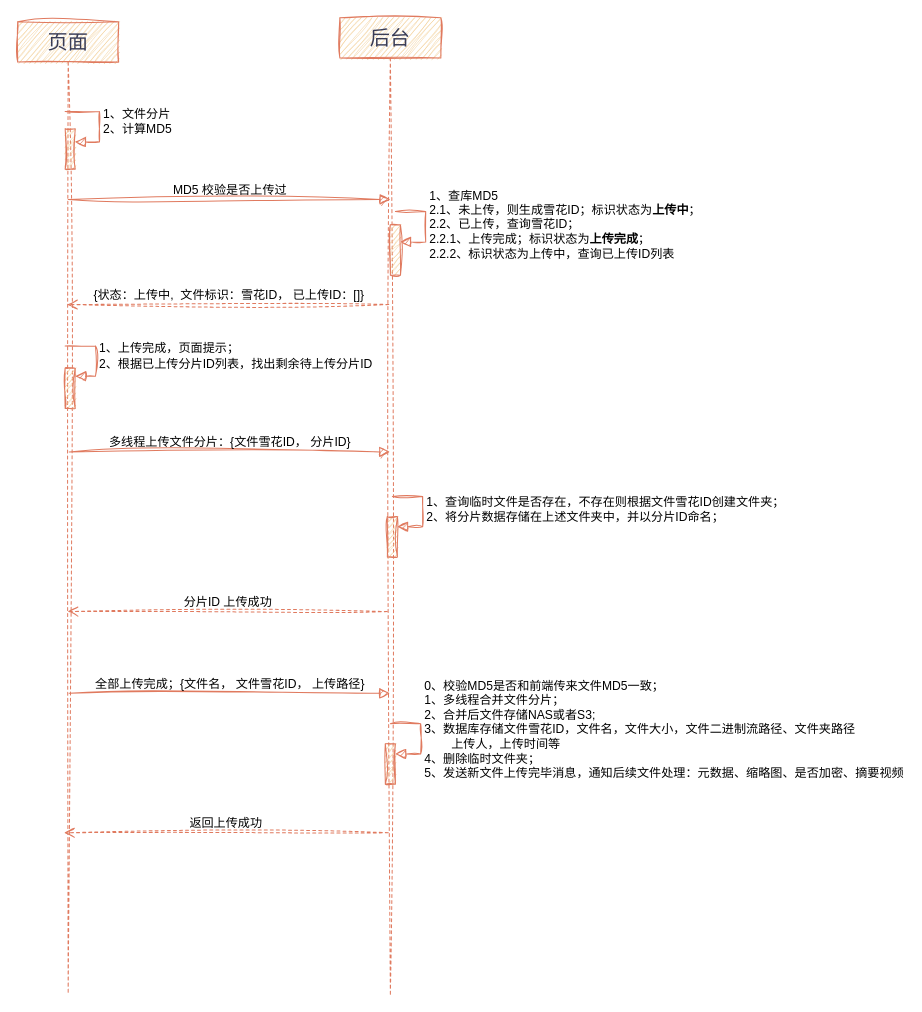
This is page "上传逻辑" (1 of 4) of 未命名绘图.drawio from Utihbi/pics, a draw.io file, before an edit. Source tidied: cells renumbered, new cells numbered last; positions are measured from the earlier drawing's top-left corner, leaving out a move shared by most shapes. Both pictures are drawn from the tidied source at 101%, with x=0, y=0 at pixel (17, 17).
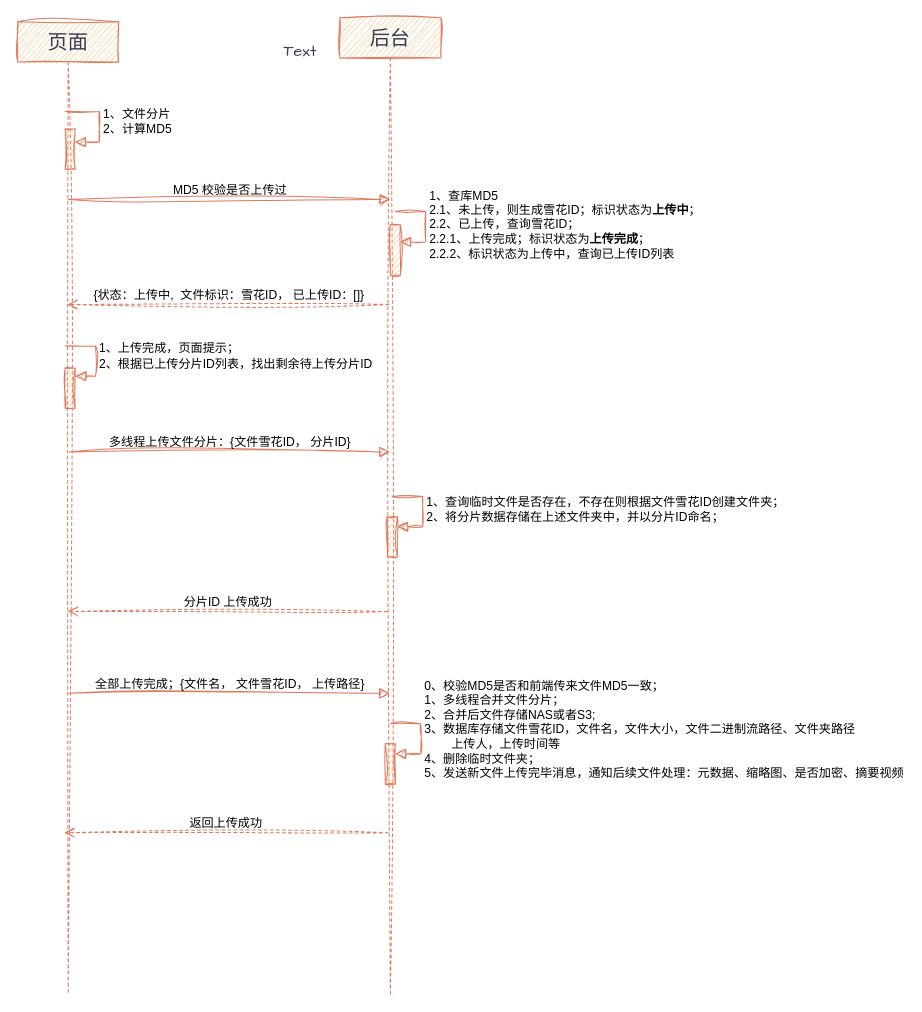
Above is the later version.

Commit message:
更新未命名绘图.drawio

The edit, as a diff of the source:
```diff
@@
+    <mxCell id="22" value="Text" style="text;strokeColor=none;fillColor=none;html=1;align=center;verticalAlign=middle;whiteSpace=wrap;rounded=0;fontSize=16;fontFamily=Architects Daughter;fontColor=#393C56;" parent="1" vertex="1">
+      <mxGeometry x="250" y="18" width="60" height="30" as="geometry" />
+    </mxCell>
```
